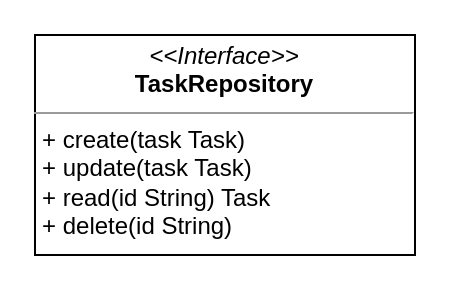
Above: page "repositories" (3 of 3) of design.drawio in SpectralJager/life_controll_app (draw.io), before the change. Source tidied: cells renumbered, new cells numbered last; positions are measured from the earlier drawing's top-left corner, leaving out a move shared by most shapes. Both pictures are drawn from the tidied source at 200%, with x=0, y=0 at pixel (34, 34).
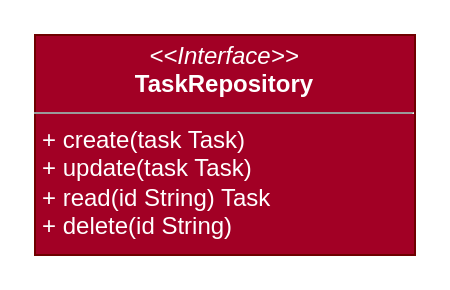
The same diagram, later.

What changed in the source:
```diff
@@
 <mxGraphModel>
   <root>
     <mxCell id="0" />
     <mxCell id="1" parent="0" />
-    <mxCell id="2" value="&lt;p style=&quot;margin: 0px ; margin-top: 4px ; text-align: center&quot;&gt;&lt;i&gt;&amp;lt;&amp;lt;Interface&amp;gt;&amp;gt;&lt;/i&gt;&lt;br&gt;&lt;b&gt;TaskRepository&lt;/b&gt;&lt;/p&gt;&lt;hr size=&quot;1&quot;&gt;&lt;p style=&quot;margin: 0px ; margin-left: 4px&quot;&gt;+ create(task Task)&lt;/p&gt;&lt;p style=&quot;margin: 0px ; margin-left: 4px&quot;&gt;+ update(task Task)&lt;/p&gt;&lt;p style=&quot;margin: 0px ; margin-left: 4px&quot;&gt;+ read(id String) Task&lt;/p&gt;&lt;p style=&quot;margin: 0px ; margin-left: 4px&quot;&gt;+ delete(id String)&amp;nbsp;&lt;/p&gt;" style="verticalAlign=top;align=left;overflow=fill;fontSize=12;fontFamily=Helvetica;html=1;" parent="1" vertex="1">
+    <mxCell id="2" value="&lt;p style=&quot;margin: 0px ; margin-top: 4px ; text-align: center&quot;&gt;&lt;i&gt;&amp;lt;&amp;lt;Interface&amp;gt;&amp;gt;&lt;/i&gt;&lt;br&gt;&lt;b&gt;TaskRepository&lt;/b&gt;&lt;/p&gt;&lt;hr size=&quot;1&quot;&gt;&lt;p style=&quot;margin: 0px ; margin-left: 4px&quot;&gt;+ create(task Task)&lt;/p&gt;&lt;p style=&quot;margin: 0px ; margin-left: 4px&quot;&gt;+ update(task Task)&lt;/p&gt;&lt;p style=&quot;margin: 0px ; margin-left: 4px&quot;&gt;+ read(id String) Task&lt;/p&gt;&lt;p style=&quot;margin: 0px ; margin-left: 4px&quot;&gt;+ delete(id String)&amp;nbsp;&lt;/p&gt;" style="verticalAlign=top;align=left;overflow=fill;fontSize=12;fontFamily=Helvetica;html=1;fillColor=#a20025;fontColor=#ffffff;strokeColor=#6F0000;" parent="1" vertex="1">
       <mxGeometry width="190" height="110" as="geometry" />
     </mxCell>
   </root>
 </mxGraphModel>
```
